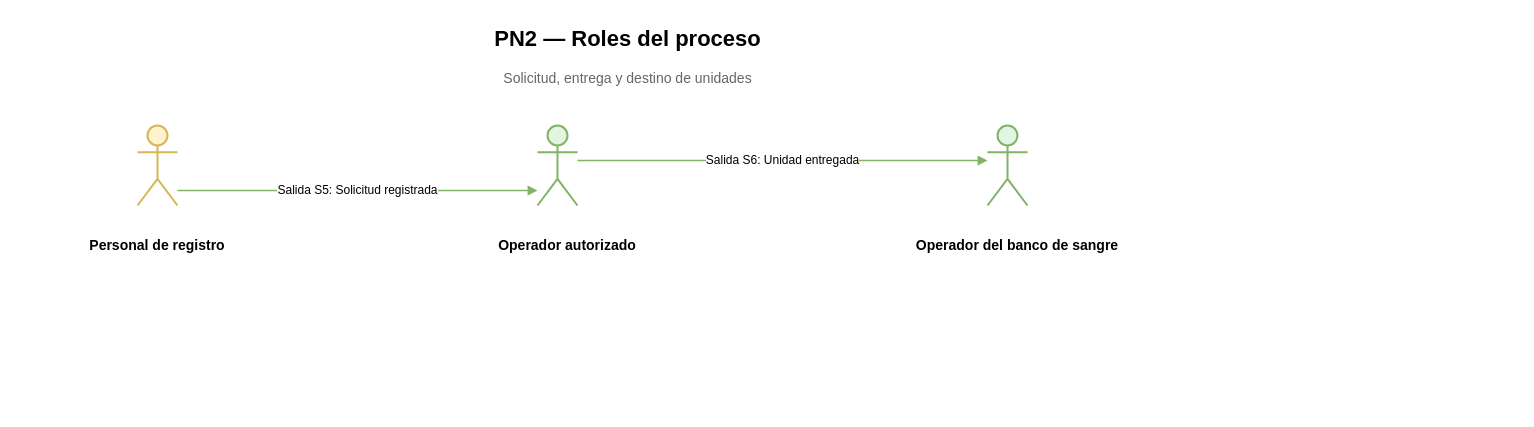
This is Diagramas/Secuencia de Roles/PN2_DiagramaRoles.drawio from juanNH/Ingenieria-de-Software, a draw.io file, before an edit. Source tidied: cells renumbered, new cells numbered last; positions are measured from the earlier drawing's top-left corner, leaving out a move shared by most shapes. Both pictures are drawn from the tidied source at 100%, with x=0, y=0 at pixel (17, 17).
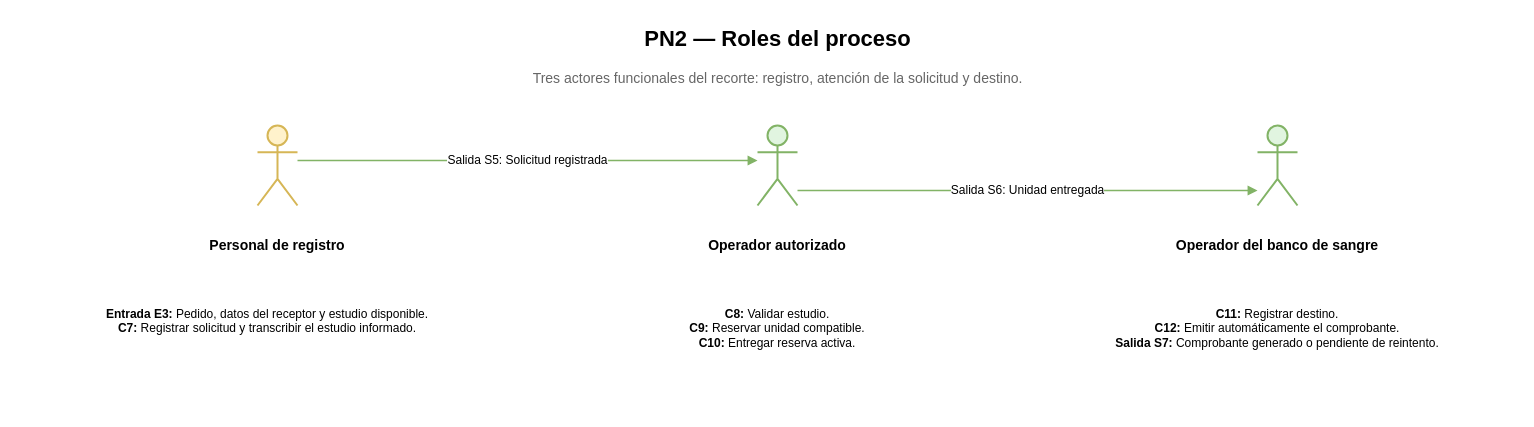
Above is the later version.

Change to the diagram source:
```diff
@@
 <mxGraphModel>
   <root>
     <mxCell id="0" />
     <mxCell id="1" parent="0" />
     <mxCell id="2" value="PN2 — Roles del proceso" style="text;html=1;strokeColor=none;fillColor=none;fontStyle=1;fontSize=22;align=center;verticalAlign=middle;fontFamily=Arial;" parent="1" vertex="1">
-      <mxGeometry x="80" width="1060" height="44" as="geometry" />
+      <mxGeometry x="80" width="1360" height="44" as="geometry" />
     </mxCell>
-    <mxCell id="3" value="Solicitud, entrega y destino de unidades" style="text;html=1;strokeColor=none;fillColor=none;fontSize=14;align=center;verticalAlign=middle;fontColor=#666666;fontFamily=Arial;" parent="1" vertex="1">
-      <mxGeometry x="140" y="46" width="940" height="30" as="geometry" />
+    <mxCell id="3" value="Tres actores funcionales del recorte: registro, atención de la solicitud y destino." style="text;html=1;strokeColor=none;fillColor=none;fontSize=14;align=center;verticalAlign=middle;fontColor=#666666;fontFamily=Arial;" parent="1" vertex="1">
+      <mxGeometry x="140" y="46" width="1240" height="30" as="geometry" />
     </mxCell>
     <mxCell id="4" style="shape=umlActor;html=1;fillColor=#fff2cc;strokeColor=#d6b656;strokeWidth=2;" parent="1" vertex="1">
-      <mxGeometry x="120" y="108" width="40" height="80" as="geometry" />
+      <mxGeometry x="240" y="108" width="40" height="80" as="geometry" />
     </mxCell>
     <mxCell id="5" style="shape=umlActor;html=1;fillColor=#e1f5e0;strokeColor=#82b366;strokeWidth=2;" parent="1" vertex="1">
-      <mxGeometry x="520" y="108" width="40" height="80" as="geometry" />
+      <mxGeometry x="740" y="108" width="40" height="80" as="geometry" />
     </mxCell>
     <mxCell id="6" value="&lt;b&gt;Personal de registro&lt;/b&gt;" style="text;html=1;strokeColor=none;fillColor=none;fontSize=14;fontFamily=Arial;align=center;verticalAlign=top;whiteSpace=wrap;" parent="1" vertex="1">
-      <mxGeometry y="213" width="280" height="38" as="geometry" />
+      <mxGeometry x="120" y="213" width="280" height="38" as="geometry" />
     </mxCell>
     <mxCell id="7" value="&lt;b&gt;Operador autorizado&lt;/b&gt;" style="text;html=1;strokeColor=none;fillColor=none;fontSize=14;fontFamily=Arial;align=center;verticalAlign=top;whiteSpace=wrap;" parent="1" vertex="1">
-      <mxGeometry x="400" y="213" width="300" height="38" as="geometry" />
+      <mxGeometry x="610" y="213" width="300" height="38" as="geometry" />
     </mxCell>
     <mxCell id="8" style="shape=umlActor;html=1;fillColor=#e1f5e0;strokeColor=#82b366;strokeWidth=2;" parent="1" vertex="1">
-      <mxGeometry x="970" y="108" width="40" height="80" as="geometry" />
+      <mxGeometry x="1240" y="108" width="40" height="80" as="geometry" />
     </mxCell>
     <mxCell id="9" value="&lt;b&gt;Operador del banco de sangre&lt;/b&gt;" style="text;html=1;strokeColor=none;fillColor=none;fontSize=14;fontFamily=Arial;align=center;verticalAlign=top;whiteSpace=wrap;" parent="1" vertex="1">
-      <mxGeometry x="850" y="213" width="300" height="38" as="geometry" />
+      <mxGeometry x="1110" y="213" width="300" height="38" as="geometry" />
     </mxCell>
     <mxCell id="10" value="Salida S5: Solicitud registrada" style="edgeStyle=orthogonalEdgeStyle;rounded=0;html=1;endArrow=block;endFill=1;strokeColor=#82b366;strokeWidth=1.5;fontSize=12;fontFamily=Arial;labelBackgroundColor=#ffffff;" parent="1" edge="1">
       <mxGeometry relative="1" as="geometry">
-        <mxPoint x="160" y="173" as="sourcePoint" />
-        <mxPoint x="520" y="173" as="targetPoint" />
+        <mxPoint x="280" y="143" as="sourcePoint" />
+        <mxPoint x="740" y="143" as="targetPoint" />
       </mxGeometry>
     </mxCell>
     <mxCell id="11" value="Salida S6: Unidad entregada" style="edgeStyle=orthogonalEdgeStyle;rounded=0;html=1;endArrow=block;endFill=1;strokeColor=#82b366;strokeWidth=1.5;fontSize=12;fontFamily=Arial;labelBackgroundColor=#ffffff;" parent="1" edge="1">
       <mxGeometry relative="1" as="geometry">
-        <mxPoint x="560" y="143" as="sourcePoint" />
-        <mxPoint x="970" y="143" as="targetPoint" />
+        <mxPoint x="780" y="173" as="sourcePoint" />
+        <mxPoint x="1240" y="173" as="targetPoint" />
       </mxGeometry>
     </mxCell>
+    <mxCell id="12" value="&lt;b&gt;Entrada E3:&lt;/b&gt; Pedido, datos del receptor y estudio disponible.&lt;br&gt;&lt;b&gt;C7:&lt;/b&gt; Registrar solicitud y transcribir el estudio informado." style="text;html=1;strokeColor=none;fillColor=none;fontSize=12;fontFamily=Arial;align=center;verticalAlign=top;whiteSpace=wrap;" parent="1" vertex="1">
+      <mxGeometry x="30" y="283" width="440" height="110" as="geometry" />
+    </mxCell>
+    <mxCell id="13" value="&lt;b&gt;C8:&lt;/b&gt; Validar estudio.&lt;br&gt;&lt;b&gt;C9:&lt;/b&gt; Reservar unidad compatible.&lt;br&gt;&lt;b&gt;C10:&lt;/b&gt; Entregar reserva activa." style="text;html=1;strokeColor=none;fillColor=none;fontSize=12;fontFamily=Arial;align=center;verticalAlign=top;whiteSpace=wrap;" parent="1" vertex="1">
+      <mxGeometry x="530" y="283" width="460" height="110" as="geometry" />
+    </mxCell>
+    <mxCell id="14" value="&lt;b&gt;C11:&lt;/b&gt; Registrar destino.&lt;br&gt;&lt;b&gt;C12:&lt;/b&gt; Emitir automáticamente el comprobante.&lt;br&gt;&lt;b&gt;Salida S7:&lt;/b&gt; Comprobante generado o pendiente de reintento." style="text;html=1;strokeColor=none;fillColor=none;fontSize=12;fontFamily=Arial;align=center;verticalAlign=top;whiteSpace=wrap;" parent="1" vertex="1">
+      <mxGeometry x="1020" y="283" width="480" height="110" as="geometry" />
+    </mxCell>
   </root>
 </mxGraphModel>
```
